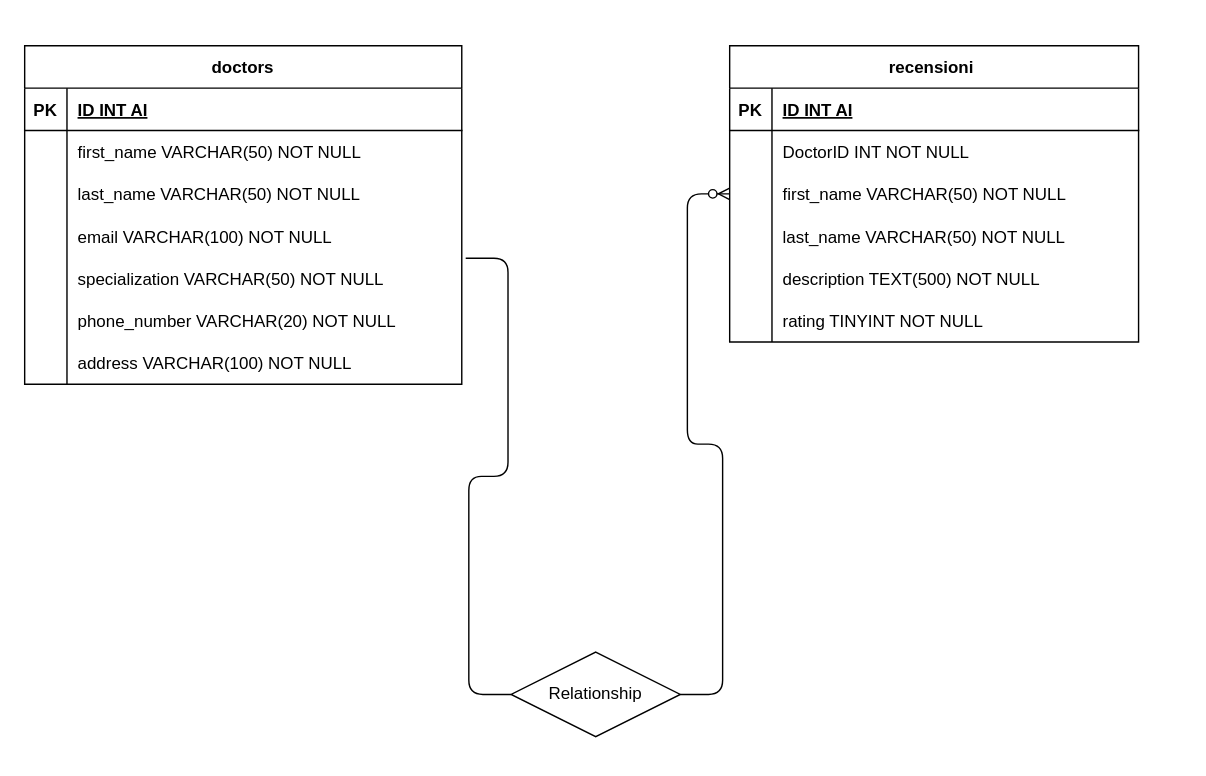
Earlier version of the draw.io diagram BackEnd/db.drawio (danielaconceicao/BDoctors). Source tidied: cells renumbered, new cells numbered last; positions are measured from the earlier drawing's top-left corner, leaving out a move shared by most shapes. Both pictures are drawn from the tidied source at 141%, with x=0, y=0 at pixel (24, 45).
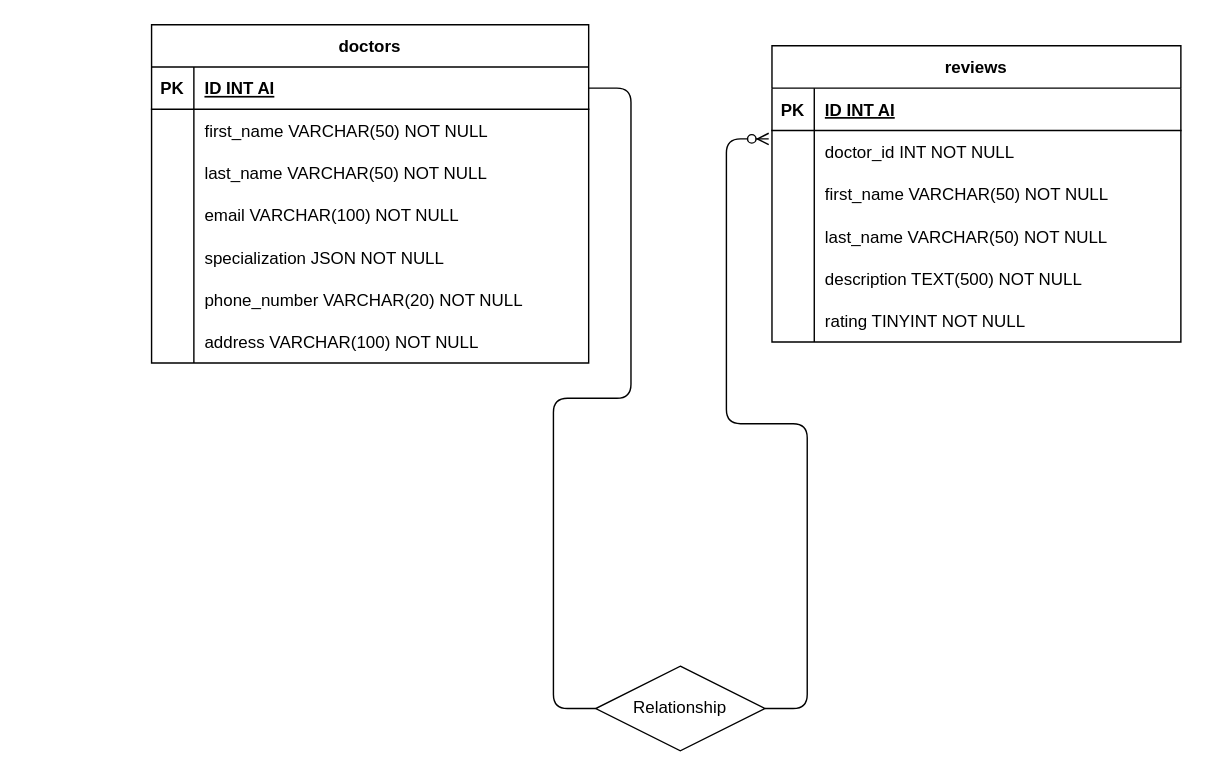
After the change.

Unchanged cells that the change refers to:
```xml
<mxCell id="3" style="shape=tableRow;horizontal=0;startSize=0;swimlaneHead=0;swimlaneBody=0;fillColor=none;points=[[0,0.5],[1,0.5]];portConstraint=eastwest;top=0;left=0;right=0;bottom=1;" parent="2" vertex="1">
  <mxGeometry y="30" width="310" height="30" as="geometry" />
</mxCell>
<mxCell id="15" style="shape=tableRow;horizontal=0;startSize=0;swimlaneHead=0;swimlaneBody=0;fillColor=none;points=[[0,0.5],[1,0.5]];portConstraint=eastwest;top=0;left=0;right=0;bottom=0;" parent="2" vertex="1">
  <mxGeometry y="150" width="310" height="30" as="geometry" />
</mxCell>
<mxCell id="28" style="shape=tableRow;horizontal=0;startSize=0;swimlaneHead=0;swimlaneBody=0;fillColor=none;points=[[0,0.5],[1,0.5]];portConstraint=eastwest;top=0;left=0;right=0;bottom=0;" parent="24" vertex="1">
  <mxGeometry y="60" width="290" height="30" as="geometry" />
</mxCell>
<mxCell id="31" style="shape=tableRow;horizontal=0;startSize=0;swimlaneHead=0;swimlaneBody=0;fillColor=none;points=[[0,0.5],[1,0.5]];portConstraint=eastwest;top=0;left=0;right=0;bottom=0;" parent="24" vertex="1">
  <mxGeometry y="90" width="290" height="30" as="geometry" />
</mxCell>
```

The edit, as a diff of the source:
```diff
@@
     <mxCell id="2" value="doctors" style="shape=table;startSize=30;childLayout=tableLayout;rowLines=0;fontStyle=1;align=center;" parent="1" vertex="1">
-      <mxGeometry width="310" height="240" as="geometry" />
+      <mxGeometry x="90" y="-15" width="310" height="240" as="geometry" />
     </mxCell>
@@
-    <mxCell id="17" value="specialization VARCHAR(50) NOT NULL " style="shape=partialRectangle;fillColor=none;top=0;left=0;bottom=0;right=0;align=left;spacingLeft=6;overflow=hidden;" parent="15" vertex="1">
+    <mxCell id="17" value="specialization JSON NOT NULL" style="shape=partialRectangle;fillColor=none;top=0;left=0;bottom=0;right=0;align=left;spacingLeft=6;overflow=hidden;" parent="15" vertex="1">
       <mxGeometry x="30" width="280" height="30" as="geometry" />
     </mxCell>
@@
-    <mxCell id="24" value="recensioni " style="shape=table;startSize=30;childLayout=tableLayout;rowLines=0;fontStyle=1;align=center;" parent="1" vertex="1">
-      <mxGeometry x="500" width="290" height="210" as="geometry" />
+    <mxCell id="24" value="reviews" style="shape=table;startSize=30;childLayout=tableLayout;rowLines=0;fontStyle=1;align=center;" parent="1" vertex="1">
+      <mxGeometry x="530" width="290" height="210" as="geometry" />
     </mxCell>
@@
-    <mxCell id="30" value="DoctorID INT NOT NULL " style="shape=partialRectangle;fillColor=none;top=0;left=0;bottom=0;right=0;align=left;spacingLeft=6;overflow=hidden;" parent="28" vertex="1">
+    <mxCell id="30" value="doctor_id INT NOT NULL " style="shape=partialRectangle;fillColor=none;top=0;left=0;bottom=0;right=0;align=left;spacingLeft=6;overflow=hidden;" parent="28" vertex="1">
       <mxGeometry x="30" width="260" height="30" as="geometry" />
     </mxCell>
@@
-    <mxCell id="43" style="edgeStyle=entityRelationEdgeStyle;fontSize=12;html=1;endArrow=ERzeroToMany;endFill=1;entryX=0;entryY=0.5;entryDx=0;entryDy=0;exitX=1;exitY=0.5;exitDx=0;exitDy=0;startArrow=none;" parent="1" edge="1" source="45" target="31">
+    <mxCell id="43" style="edgeStyle=entityRelationEdgeStyle;fontSize=12;html=1;endArrow=ERzeroToMany;endFill=1;entryX=-0.008;entryY=0.2;entryDx=0;entryDy=0;exitX=1;exitY=0.5;exitDx=0;exitDy=0;startArrow=none;entryPerimeter=0;" parent="1" edge="1" source="45" target="28">
       <mxGeometry relative="1" as="geometry" />
     </mxCell>
-    <mxCell id="44" style="edgeStyle=entityRelationEdgeStyle;fontSize=12;html=1;endArrow=none;endFill=1;entryX=0;entryY=0.5;entryDx=0;entryDy=0;exitX=1.009;exitY=0.023;exitDx=0;exitDy=0;exitPerimeter=0;" parent="1" edge="1" source="15" target="45">
+    <mxCell id="44" style="edgeStyle=entityRelationEdgeStyle;fontSize=12;html=1;endArrow=none;endFill=1;entryX=0;entryY=0.5;entryDx=0;entryDy=0;exitX=1;exitY=0.5;exitDx=0;exitDy=0;" parent="1" edge="1" source="3" target="45">
       <mxGeometry relative="1" as="geometry" />
     </mxCell>
     <mxCell id="45" value="Relationship" style="shape=rhombus;perimeter=rhombusPerimeter;whiteSpace=wrap;html=1;align=center;" parent="1" vertex="1">
-      <mxGeometry x="345" y="430" width="120" height="60" as="geometry" />
+      <mxGeometry x="405" y="440" width="120" height="60" as="geometry" />
     </mxCell>
```
